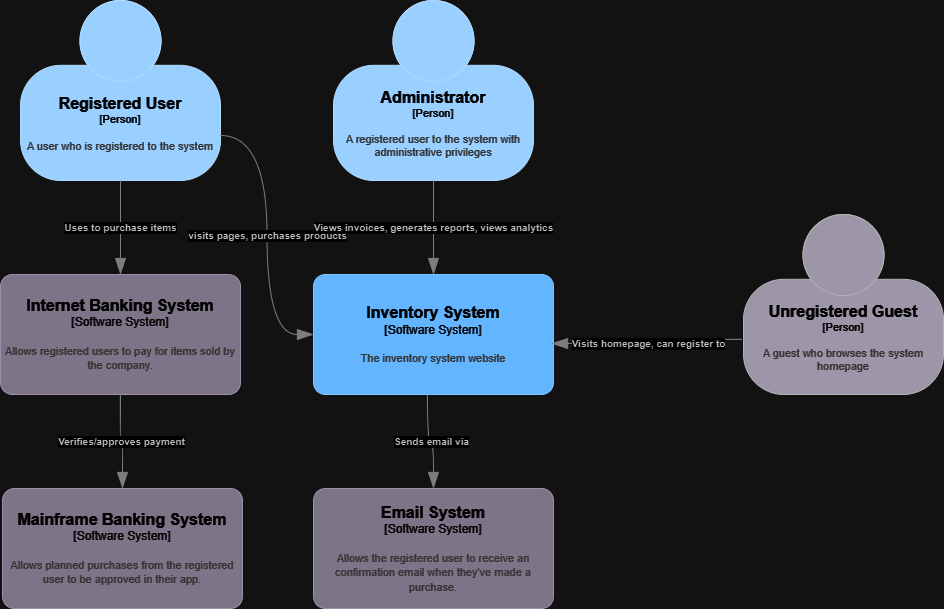
This is C4 Diagrams/ContextDiagram.png from Vani0904/Team-Project-Inventory-System, a draw.io export, as it was before one commit. Source tidied: cells renumbered, new cells last; positions are measured from the earlier drawing's top-left corner, leaving out a move shared by most shapes. The source it was exported from:
```xml
<mxGraphModel>
  <root>
    <mxCell id="0" />
    <mxCell id="1" parent="0" />
    <object id="2" label="&lt;font style=&quot;font-size: 16px&quot;&gt;&lt;b&gt;%c4Name%&lt;/b&gt;&lt;/font&gt;&lt;div&gt;[%c4Type%]&lt;/div&gt;&lt;br&gt;&lt;div&gt;&lt;font style=&quot;font-size: 11px&quot;&gt;&lt;font color=&quot;#cccccc&quot;&gt;%c4Description%&lt;/font&gt;&lt;/div&gt;" c4Description="A user who is registered to the system" c4Name="Registered User" c4Type="Person" placeholders="1">
      <mxCell style="html=1;fontSize=11;dashed=0;whiteSpace=wrap;fillColor=#083F75;strokeColor=#06315C;fontColor=#ffffff;shape=mxgraph.c4.person2;align=center;points=[[0.5,0,0],[1,0.5,0],[1,0.75,0],[0.75,1,0],[0.5,1,0],[0.25,1,0],[0,0.75,0],[0,0.5,0]];" parent="1" vertex="1">
        <mxGeometry x="20" width="200" height="180" as="geometry" />
      </mxCell>
    </object>
    <object id="3" label="&lt;font style=&quot;font-size: 16px&quot;&gt;&lt;b&gt;%c4Name%&lt;/b&gt;&lt;/font&gt;&lt;div&gt;[%c4Type%]&lt;/div&gt;&lt;br&gt;&lt;div&gt;&lt;font style=&quot;font-size: 11px&quot;&gt;&lt;font color=&quot;#cccccc&quot;&gt;%c4Description%&lt;/font&gt;&lt;/div&gt;" c4Description="Allows registered users to pay for items sold by the company." c4Name="Internet Banking System" c4Type="Software System" placeholders="1">
      <mxCell style="rounded=1;whiteSpace=wrap;html=1;labelBackgroundColor=none;fillColor=#8C8496;fontColor=#ffffff;align=center;arcSize=10;strokeColor=#736782;points=[[0.25,0,0],[0.5,0,0],[0.75,0,0],[1,0.25,0],[1,0.5,0],[1,0.75,0],[0.75,1,0],[0.5,1,0],[0.25,1,0],[0,0.75,0],[0,0.5,0],[0,0.25,0]];" parent="1" vertex="1">
        <mxGeometry y="274" width="240" height="120" as="geometry" />
      </mxCell>
    </object>
    <object id="4" label="&lt;font style=&quot;font-size: 16px&quot;&gt;&lt;b&gt;%c4Name%&lt;/b&gt;&lt;/font&gt;&lt;div&gt;[%c4Type%]&lt;/div&gt;&lt;br&gt;&lt;div&gt;&lt;font style=&quot;font-size: 11px&quot;&gt;&lt;font color=&quot;#cccccc&quot;&gt;%c4Description%&lt;/font&gt;&lt;/div&gt;" c4Description="Allows planned purchases from the registered user to be approved in their app." c4Name="Mainframe Banking System" c4Type="Software System" placeholders="1">
      <mxCell style="rounded=1;whiteSpace=wrap;html=1;labelBackgroundColor=none;fillColor=#8C8496;fontColor=#ffffff;align=center;arcSize=10;strokeColor=#736782;points=[[0.25,0,0],[0.5,0,0],[0.75,0,0],[1,0.25,0],[1,0.5,0],[1,0.75,0],[0.75,1,0],[0.5,1,0],[0.25,1,0],[0,0.75,0],[0,0.5,0],[0,0.25,0]];" parent="1" vertex="1">
        <mxGeometry x="2" y="488" width="240" height="120" as="geometry" />
      </mxCell>
    </object>
    <object id="5" label="&lt;font style=&quot;font-size: 16px&quot;&gt;&lt;b&gt;%c4Name%&lt;/b&gt;&lt;/font&gt;&lt;div&gt;[%c4Type%]&lt;/div&gt;&lt;br&gt;&lt;div&gt;&lt;font style=&quot;font-size: 11px&quot;&gt;&lt;font color=&quot;#cccccc&quot;&gt;%c4Description%&lt;/font&gt;&lt;/div&gt;" c4Description="Allows the registered user to receive an confirmation email when they've made a purchase." c4Name="Email System" c4Type="Software System" placeholders="1">
      <mxCell style="rounded=1;whiteSpace=wrap;html=1;labelBackgroundColor=none;fillColor=#8C8496;fontColor=#ffffff;align=center;arcSize=10;strokeColor=#736782;points=[[0.25,0,0],[0.5,0,0],[0.75,0,0],[1,0.25,0],[1,0.5,0],[1,0.75,0],[0.75,1,0],[0.5,1,0],[0.25,1,0],[0,0.75,0],[0,0.5,0],[0,0.25,0]];" parent="1" vertex="1">
        <mxGeometry x="313" y="488" width="240" height="120" as="geometry" />
      </mxCell>
    </object>
    <object id="6" label="&lt;font style=&quot;font-size: 16px&quot;&gt;&lt;b&gt;%c4Name%&lt;/b&gt;&lt;/font&gt;&lt;div&gt;[%c4Type%]&lt;/div&gt;&lt;br&gt;&lt;div&gt;&lt;font style=&quot;font-size: 11px&quot;&gt;&lt;font color=&quot;#cccccc&quot;&gt;%c4Description%&lt;/font&gt;&lt;/div&gt;" c4Description="The inventory system website" c4Name="Inventory System" c4Type="Software System" placeholders="1">
      <mxCell style="rounded=1;whiteSpace=wrap;html=1;labelBackgroundColor=none;fillColor=#1061B0;fontColor=#ffffff;align=center;arcSize=10;strokeColor=#0D5091;points=[[0.25,0,0],[0.5,0,0],[0.75,0,0],[1,0.25,0],[1,0.5,0],[1,0.75,0],[0.75,1,0],[0.5,1,0],[0.25,1,0],[0,0.75,0],[0,0.5,0],[0,0.25,0]];" parent="1" vertex="1">
        <mxGeometry x="313" y="274" width="240" height="120" as="geometry" />
      </mxCell>
    </object>
    <object id="7" label="&lt;div style=&quot;text-align: left&quot;&gt;&lt;div style=&quot;text-align: center&quot;&gt;&lt;b&gt;%c4Description%&lt;/b&gt;&lt;/div&gt;" c4Description="Sends email via" c4Type="Relationship" placeholders="1">
      <mxCell style="endArrow=blockThin;html=1;fontSize=10;fontColor=#404040;strokeWidth=1;endFill=1;strokeColor=#828282;elbow=vertical;endSize=14;startSize=14;jumpStyle=arc;jumpSize=16;rounded=0;edgeStyle=orthogonalEdgeStyle;curved=1;exitX=0.475;exitY=1.008;exitDx=0;exitDy=0;exitPerimeter=0;entryX=0.5;entryY=0;entryDx=0;entryDy=0;entryPerimeter=0;" parent="1" edge="1" source="6" target="5">
        <mxGeometry relative="1" as="geometry" />
      </mxCell>
    </object>
    <object id="8" label="&lt;div style=&quot;text-align: left&quot;&gt;&lt;div style=&quot;text-align: center&quot;&gt;&lt;b&gt;%c4Description%&lt;/b&gt;&lt;/div&gt;" c4Description="Uses to purchase items" c4Type="Relationship" placeholders="1">
      <mxCell style="endArrow=blockThin;html=1;fontSize=10;fontColor=#404040;strokeWidth=1;endFill=1;strokeColor=#828282;elbow=vertical;endSize=14;startSize=14;jumpStyle=arc;jumpSize=16;rounded=0;edgeStyle=orthogonalEdgeStyle;curved=1;exitX=0.5;exitY=1;exitDx=0;exitDy=0;exitPerimeter=0;" parent="1" edge="1" source="2" target="3">
        <mxGeometry relative="1" as="geometry" />
      </mxCell>
    </object>
    <object id="9" label="&lt;div style=&quot;text-align: left&quot;&gt;&lt;div style=&quot;text-align: center&quot;&gt;&lt;b&gt;%c4Description%&lt;/b&gt;&lt;/div&gt;" c4Description="Verifies/approves payment" c4Type="Relationship" placeholders="1">
      <mxCell style="endArrow=blockThin;html=1;fontSize=10;fontColor=#404040;strokeWidth=1;endFill=1;strokeColor=#828282;elbow=vertical;endSize=14;startSize=14;jumpStyle=arc;jumpSize=16;rounded=0;edgeStyle=orthogonalEdgeStyle;curved=1;exitX=0.5;exitY=1;exitDx=0;exitDy=0;exitPerimeter=0;" parent="1" edge="1" source="3" target="4">
        <mxGeometry relative="1" as="geometry" />
      </mxCell>
    </object>
    <object id="10" label="&lt;font style=&quot;font-size: 16px&quot;&gt;&lt;b&gt;%c4Name%&lt;/b&gt;&lt;/font&gt;&lt;div&gt;[%c4Type%]&lt;/div&gt;&lt;br&gt;&lt;div&gt;&lt;font style=&quot;font-size: 11px&quot;&gt;&lt;font color=&quot;#cccccc&quot;&gt;%c4Description%&lt;/font&gt;&lt;/div&gt;" c4Description="A guest who browses the system homepage" c4Name="Unregistered Guest" c4Type="Person" placeholders="1">
      <mxCell style="html=1;fontSize=11;dashed=0;whiteSpace=wrap;fillColor=#6C6477;strokeColor=#4D4D4D;fontColor=#ffffff;shape=mxgraph.c4.person2;align=center;points=[[0.5,0,0],[1,0.5,0],[1,0.75,0],[0.75,1,0],[0.5,1,0],[0.25,1,0],[0,0.75,0],[0,0.5,0]];" parent="1" vertex="1">
        <mxGeometry x="743" y="214" width="200" height="180" as="geometry" />
      </mxCell>
    </object>
    <object id="11" label="&lt;div style=&quot;text-align: left&quot;&gt;&lt;div style=&quot;text-align: center&quot;&gt;&lt;b&gt;%c4Description%&lt;/b&gt;&lt;/div&gt;" c4Description="visits pages, purchases products" c4Type="Relationship" placeholders="1">
      <mxCell style="endArrow=blockThin;html=1;fontSize=10;fontColor=#404040;strokeWidth=1;endFill=1;strokeColor=#828282;elbow=vertical;endSize=14;startSize=14;jumpStyle=arc;jumpSize=16;rounded=0;edgeStyle=orthogonalEdgeStyle;curved=1;exitX=1;exitY=0.75;exitDx=0;exitDy=0;exitPerimeter=0;entryX=0;entryY=0.5;entryDx=0;entryDy=0;entryPerimeter=0;" parent="1" edge="1" source="2" target="6">
        <mxGeometry relative="1" as="geometry" />
      </mxCell>
    </object>
    <object id="12" label="&lt;font style=&quot;font-size: 16px&quot;&gt;&lt;b&gt;%c4Name%&lt;/b&gt;&lt;/font&gt;&lt;div&gt;[%c4Type%]&lt;/div&gt;&lt;br&gt;&lt;div&gt;&lt;font style=&quot;font-size: 11px&quot;&gt;&lt;font color=&quot;#cccccc&quot;&gt;%c4Description%&lt;/font&gt;&lt;/div&gt;" c4Description="A registered user to the system with administrative privileges" c4Name="Administrator" c4Type="Person" placeholders="1">
      <mxCell style="html=1;fontSize=11;dashed=0;whiteSpace=wrap;fillColor=#083F75;strokeColor=#06315C;fontColor=#ffffff;shape=mxgraph.c4.person2;align=center;points=[[0.5,0,0],[1,0.5,0],[1,0.75,0],[0.75,1,0],[0.5,1,0],[0.25,1,0],[0,0.75,0],[0,0.5,0]];" parent="1" vertex="1">
        <mxGeometry x="333" width="200" height="180" as="geometry" />
      </mxCell>
    </object>
    <object id="13" label="&lt;div style=&quot;text-align: left&quot;&gt;&lt;div style=&quot;text-align: center&quot;&gt;&lt;b&gt;%c4Description%&lt;/b&gt;&lt;/div&gt;" c4Description="Visits homepage, can register to" c4Type="Relationship" placeholders="1">
      <mxCell style="endArrow=blockThin;html=1;fontSize=10;fontColor=#404040;strokeWidth=1;endFill=1;strokeColor=#828282;elbow=vertical;endSize=14;startSize=14;jumpStyle=arc;jumpSize=16;rounded=0;edgeStyle=orthogonalEdgeStyle;curved=1;entryX=0.992;entryY=0.575;entryDx=0;entryDy=0;entryPerimeter=0;exitX=-0.005;exitY=0.694;exitDx=0;exitDy=0;exitPerimeter=0;" parent="1" edge="1" source="10" target="6">
        <mxGeometry relative="1" as="geometry" />
      </mxCell>
    </object>
    <object id="14" label="&lt;div style=&quot;text-align: left&quot;&gt;&lt;div style=&quot;text-align: center&quot;&gt;&lt;b&gt;%c4Description%&lt;/b&gt;&lt;/div&gt;" c4Description="Views invoices, generates reports, views analytics" c4Type="Relationship" placeholders="1">
      <mxCell style="endArrow=blockThin;html=1;fontSize=10;fontColor=#404040;strokeWidth=1;endFill=1;strokeColor=#828282;elbow=vertical;endSize=14;startSize=14;jumpStyle=arc;jumpSize=16;rounded=0;edgeStyle=orthogonalEdgeStyle;curved=1;" parent="1" edge="1" source="12" target="6">
        <mxGeometry relative="1" as="geometry" />
      </mxCell>
    </object>
  </root>
</mxGraphModel>
```
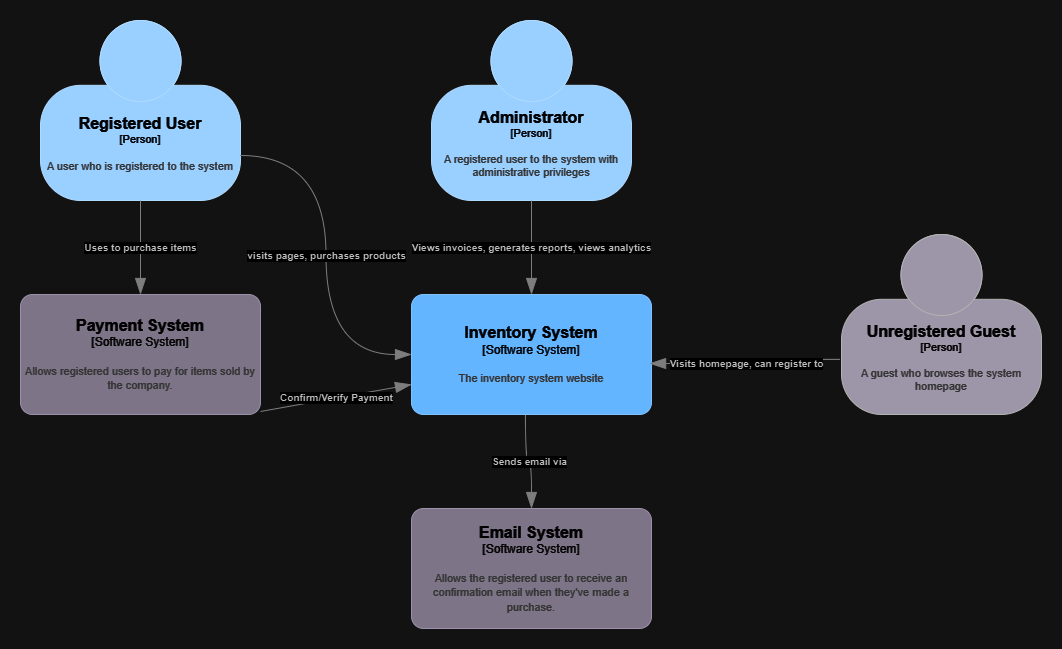
The same file after the commit.

The edit, as a diff of the source:
```diff
@@ -4,19 +4,14 @@
     <mxCell id="1" parent="0" />
     <object id="2" label="&lt;font style=&quot;font-size: 16px&quot;&gt;&lt;b&gt;%c4Name%&lt;/b&gt;&lt;/font&gt;&lt;div&gt;[%c4Type%]&lt;/div&gt;&lt;br&gt;&lt;div&gt;&lt;font style=&quot;font-size: 11px&quot;&gt;&lt;font color=&quot;#cccccc&quot;&gt;%c4Description%&lt;/font&gt;&lt;/div&gt;" c4Description="A user who is registered to the system" c4Name="Registered User" c4Type="Person" placeholders="1">
       <mxCell style="html=1;fontSize=11;dashed=0;whiteSpace=wrap;fillColor=#083F75;strokeColor=#06315C;fontColor=#ffffff;shape=mxgraph.c4.person2;align=center;points=[[0.5,0,0],[1,0.5,0],[1,0.75,0],[0.75,1,0],[0.5,1,0],[0.25,1,0],[0,0.75,0],[0,0.5,0]];" parent="1" vertex="1">
-        <mxGeometry x="20" width="200" height="180" as="geometry" />
+        <mxGeometry x="-58" width="200" height="180" as="geometry" />
       </mxCell>
     </object>
-    <object id="3" label="&lt;font style=&quot;font-size: 16px&quot;&gt;&lt;b&gt;%c4Name%&lt;/b&gt;&lt;/font&gt;&lt;div&gt;[%c4Type%]&lt;/div&gt;&lt;br&gt;&lt;div&gt;&lt;font style=&quot;font-size: 11px&quot;&gt;&lt;font color=&quot;#cccccc&quot;&gt;%c4Description%&lt;/font&gt;&lt;/div&gt;" c4Description="Allows registered users to pay for items sold by the company." c4Name="Internet Banking System" c4Type="Software System" placeholders="1">
+    <object id="3" label="&lt;font style=&quot;font-size: 16px&quot;&gt;&lt;b&gt;%c4Name%&lt;/b&gt;&lt;/font&gt;&lt;div&gt;[%c4Type%]&lt;/div&gt;&lt;br&gt;&lt;div&gt;&lt;font style=&quot;font-size: 11px&quot;&gt;&lt;font color=&quot;#cccccc&quot;&gt;%c4Description%&lt;/font&gt;&lt;/div&gt;" c4Description="Allows registered users to pay for items sold by the company." c4Name="Payment System" c4Type="Software System" placeholders="1">
       <mxCell style="rounded=1;whiteSpace=wrap;html=1;labelBackgroundColor=none;fillColor=#8C8496;fontColor=#ffffff;align=center;arcSize=10;strokeColor=#736782;points=[[0.25,0,0],[0.5,0,0],[0.75,0,0],[1,0.25,0],[1,0.5,0],[1,0.75,0],[0.75,1,0],[0.5,1,0],[0.25,1,0],[0,0.75,0],[0,0.5,0],[0,0.25,0]];" parent="1" vertex="1">
-        <mxGeometry y="274" width="240" height="120" as="geometry" />
+        <mxGeometry x="-78" y="274" width="240" height="120" as="geometry" />
       </mxCell>
     </object>
-    <object id="4" label="&lt;font style=&quot;font-size: 16px&quot;&gt;&lt;b&gt;%c4Name%&lt;/b&gt;&lt;/font&gt;&lt;div&gt;[%c4Type%]&lt;/div&gt;&lt;br&gt;&lt;div&gt;&lt;font style=&quot;font-size: 11px&quot;&gt;&lt;font color=&quot;#cccccc&quot;&gt;%c4Description%&lt;/font&gt;&lt;/div&gt;" c4Description="Allows planned purchases from the registered user to be approved in their app." c4Name="Mainframe Banking System" c4Type="Software System" placeholders="1">
-      <mxCell style="rounded=1;whiteSpace=wrap;html=1;labelBackgroundColor=none;fillColor=#8C8496;fontColor=#ffffff;align=center;arcSize=10;strokeColor=#736782;points=[[0.25,0,0],[0.5,0,0],[0.75,0,0],[1,0.25,0],[1,0.5,0],[1,0.75,0],[0.75,1,0],[0.5,1,0],[0.25,1,0],[0,0.75,0],[0,0.5,0],[0,0.25,0]];" parent="1" vertex="1">
-        <mxGeometry x="2" y="488" width="240" height="120" as="geometry" />
-      </mxCell>
-    </object>
     <object id="5" label="&lt;font style=&quot;font-size: 16px&quot;&gt;&lt;b&gt;%c4Name%&lt;/b&gt;&lt;/font&gt;&lt;div&gt;[%c4Type%]&lt;/div&gt;&lt;br&gt;&lt;div&gt;&lt;font style=&quot;font-size: 11px&quot;&gt;&lt;font color=&quot;#cccccc&quot;&gt;%c4Description%&lt;/font&gt;&lt;/div&gt;" c4Description="Allows the registered user to receive an confirmation email when they've made a purchase." c4Name="Email System" c4Type="Software System" placeholders="1">
       <mxCell style="rounded=1;whiteSpace=wrap;html=1;labelBackgroundColor=none;fillColor=#8C8496;fontColor=#ffffff;align=center;arcSize=10;strokeColor=#736782;points=[[0.25,0,0],[0.5,0,0],[0.75,0,0],[1,0.25,0],[1,0.5,0],[1,0.75,0],[0.75,1,0],[0.5,1,0],[0.25,1,0],[0,0.75,0],[0,0.5,0],[0,0.25,0]];" parent="1" vertex="1">
         <mxGeometry x="313" y="488" width="240" height="120" as="geometry" />
@@ -37,11 +32,6 @@
         <mxGeometry relative="1" as="geometry" />
       </mxCell>
     </object>
-    <object id="9" label="&lt;div style=&quot;text-align: left&quot;&gt;&lt;div style=&quot;text-align: center&quot;&gt;&lt;b&gt;%c4Description%&lt;/b&gt;&lt;/div&gt;" c4Description="Verifies/approves payment" c4Type="Relationship" placeholders="1">
-      <mxCell style="endArrow=blockThin;html=1;fontSize=10;fontColor=#404040;strokeWidth=1;endFill=1;strokeColor=#828282;elbow=vertical;endSize=14;startSize=14;jumpStyle=arc;jumpSize=16;rounded=0;edgeStyle=orthogonalEdgeStyle;curved=1;exitX=0.5;exitY=1;exitDx=0;exitDy=0;exitPerimeter=0;" parent="1" edge="1" source="3" target="4">
-        <mxGeometry relative="1" as="geometry" />
-      </mxCell>
-    </object>
     <object id="10" label="&lt;font style=&quot;font-size: 16px&quot;&gt;&lt;b&gt;%c4Name%&lt;/b&gt;&lt;/font&gt;&lt;div&gt;[%c4Type%]&lt;/div&gt;&lt;br&gt;&lt;div&gt;&lt;font style=&quot;font-size: 11px&quot;&gt;&lt;font color=&quot;#cccccc&quot;&gt;%c4Description%&lt;/font&gt;&lt;/div&gt;" c4Description="A guest who browses the system homepage" c4Name="Unregistered Guest" c4Type="Person" placeholders="1">
       <mxCell style="html=1;fontSize=11;dashed=0;whiteSpace=wrap;fillColor=#6C6477;strokeColor=#4D4D4D;fontColor=#ffffff;shape=mxgraph.c4.person2;align=center;points=[[0.5,0,0],[1,0.5,0],[1,0.75,0],[0.75,1,0],[0.5,1,0],[0.25,1,0],[0,0.75,0],[0,0.5,0]];" parent="1" vertex="1">
         <mxGeometry x="743" y="214" width="200" height="180" as="geometry" />
@@ -67,5 +57,10 @@
         <mxGeometry relative="1" as="geometry" />
       </mxCell>
     </object>
+    <object id="9" label="&lt;div style=&quot;text-align: left&quot;&gt;&lt;div style=&quot;text-align: center&quot;&gt;&lt;b&gt;%c4Description%&lt;/b&gt;&lt;/div&gt;" c4Description="Confirm/Verify Payment" c4Type="Relationship" placeholders="1">
+      <mxCell style="endArrow=blockThin;html=1;fontSize=10;fontColor=#404040;strokeWidth=1;endFill=1;strokeColor=#828282;elbow=vertical;endSize=14;startSize=14;jumpStyle=arc;jumpSize=16;rounded=0;entryX=0;entryY=0.75;entryDx=0;entryDy=0;entryPerimeter=0;exitX=1;exitY=0.975;exitDx=0;exitDy=0;exitPerimeter=0;" parent="1" edge="1" source="3" target="6">
+        <mxGeometry relative="1" as="geometry" />
+      </mxCell>
+    </object>
   </root>
 </mxGraphModel>
```
